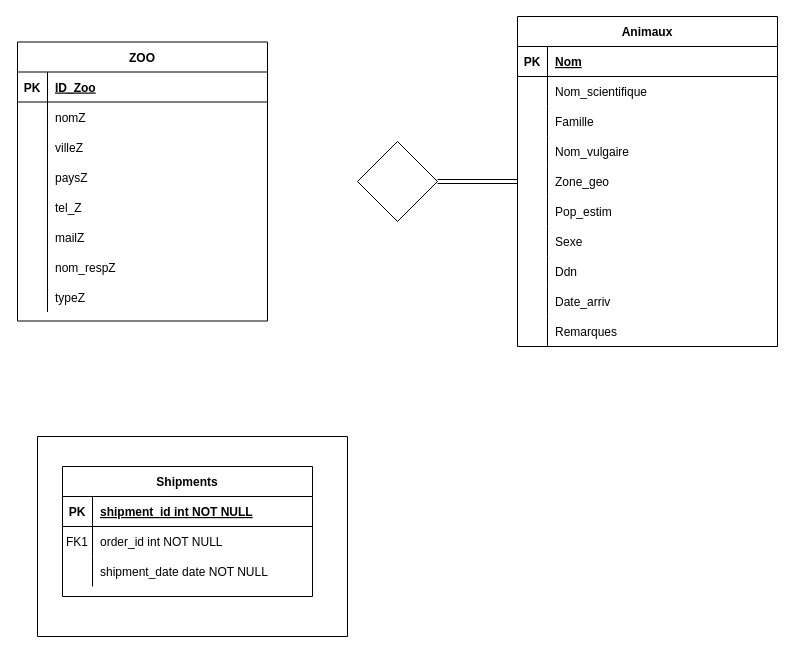
Jujua31/SAE_BD keeps this draw.io diagram as A_SAE.drawio. Above is the earlier version. Source tidied: cells renumbered, new cells numbered last; positions are measured from the earlier drawing's top-left corner, leaving out a move shared by most shapes. Both pictures are drawn from the tidied source at 100%, with x=0, y=0 at pixel (17, 16).
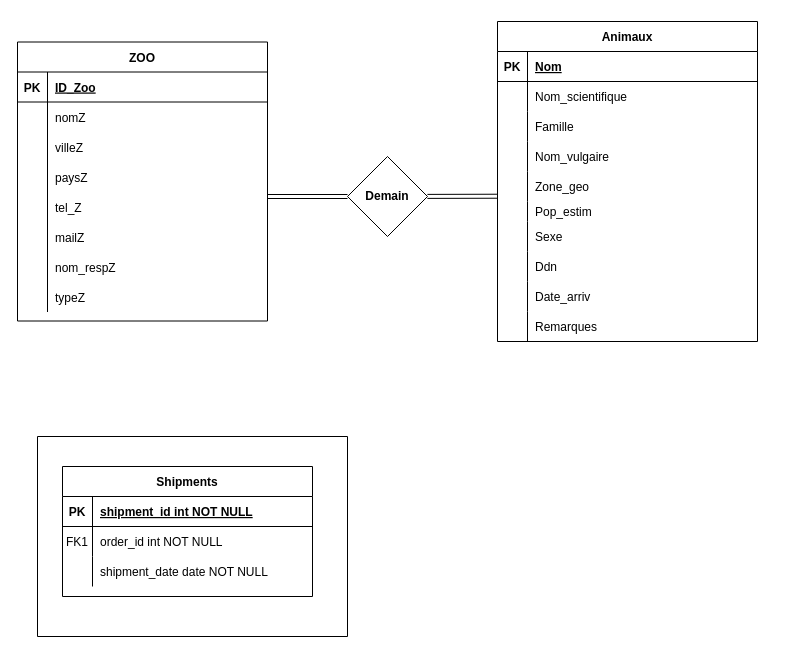
The same diagram, later.

Commit message:
Mettre à jour A_SAE.drawio

The change refers to these unchanged cells:
```xml
<mxCell id="16" style="shape=partialRectangle;fillColor=none;points=[[0,0.5],[1,0.5]];portConstraint=eastwest;top=0;left=0;right=0;bottom=0;" parent="3" vertex="1">
  <mxGeometry y="150" width="260" height="30" as="geometry" />
</mxCell>
```

The edit, as a diff of the source:
```diff
@@
-    <mxCell id="2" style="rounded=0;jettySize=auto;html=1;shape=link;" parent="1" edge="1" source="3" target="70">
+    <mxCell id="2" style="rounded=0;jettySize=auto;html=1;shape=link;exitX=-0.002;exitY=0.824;exitDx=0;exitDy=0;exitPerimeter=0;" parent="1" edge="1" source="16" target="70">
       <mxGeometry relative="1" as="geometry" />
     </mxCell>
     <mxCell id="3" value="Animaux" style="shape=table;startSize=30;childLayout=tableLayout;rowLines=0;fontStyle=1;align=center;" parent="1" vertex="1">
-      <mxGeometry x="500" width="260" height="330" as="geometry" />
+      <mxGeometry x="480" y="5" width="260" height="320" as="geometry" />
     </mxCell>
@@
     <mxCell id="19" style="shape=partialRectangle;fillColor=none;top=0;left=0;right=0;bottom=0;" parent="3" vertex="1">
-      <mxGeometry y="180" width="260" height="30" as="geometry" />
+      <mxGeometry y="180" width="260" height="20" as="geometry" />
     </mxCell>
     <mxCell id="20" style="shape=partialRectangle;overflow=hidden;fillColor=none;top=0;left=0;bottom=0;right=0;" parent="19" vertex="1">
-      <mxGeometry width="30" height="30" as="geometry" />
+      <mxGeometry width="30" height="20" as="geometry" />
     </mxCell>
     <mxCell id="21" value="Pop_estim" style="shape=partialRectangle;overflow=hidden;fillColor=none;top=0;left=0;bottom=0;right=0;align=left;spacingLeft=6;" parent="19" vertex="1">
-      <mxGeometry x="30" width="230" height="30" as="geometry" />
+      <mxGeometry x="30" width="230" height="20" as="geometry" />
     </mxCell>
     <mxCell id="22" style="shape=partialRectangle;fillColor=none;top=0;left=0;right=0;bottom=0;" parent="3" vertex="1">
-      <mxGeometry y="210" width="260" height="30" as="geometry" />
+      <mxGeometry y="200" width="260" height="30" as="geometry" />
     </mxCell>
@@
     <mxCell id="25" style="shape=partialRectangle;fillColor=none;top=0;left=0;right=0;bottom=0;" parent="3" vertex="1">
-      <mxGeometry y="240" width="260" height="30" as="geometry" />
+      <mxGeometry y="230" width="260" height="30" as="geometry" />
     </mxCell>
@@
     <mxCell id="28" style="shape=partialRectangle;fillColor=none;top=0;left=0;right=0;bottom=0;" parent="3" vertex="1">
-      <mxGeometry y="270" width="260" height="30" as="geometry" />
+      <mxGeometry y="260" width="260" height="30" as="geometry" />
     </mxCell>
@@
     <mxCell id="31" style="shape=partialRectangle;fillColor=none;top=0;left=0;right=0;bottom=0;" parent="3" vertex="1">
-      <mxGeometry y="300" width="260" height="30" as="geometry" />
+      <mxGeometry y="290" width="260" height="30" as="geometry" />
     </mxCell>
@@
+    <mxCell id="71" style="edgeStyle=none;shape=link;rounded=0;jettySize=auto;html=1;" parent="1" edge="1" source="70">
+      <mxGeometry relative="1" as="geometry">
+        <mxPoint x="250" y="180" as="targetPoint" />
+      </mxGeometry>
+    </mxCell>
-    <mxCell id="70" style="rhombus;whiteSpace=wrap;html=1;startSize=30;fontStyle=1;" parent="1" vertex="1">
-      <mxGeometry x="340" y="125" width="80" height="80" as="geometry" />
+    <mxCell id="70" value="Demain" style="rhombus;whiteSpace=wrap;html=1;startSize=30;fontStyle=1;" parent="1" vertex="1">
+      <mxGeometry x="330" y="140" width="80" height="80" as="geometry" />
     </mxCell>
```
